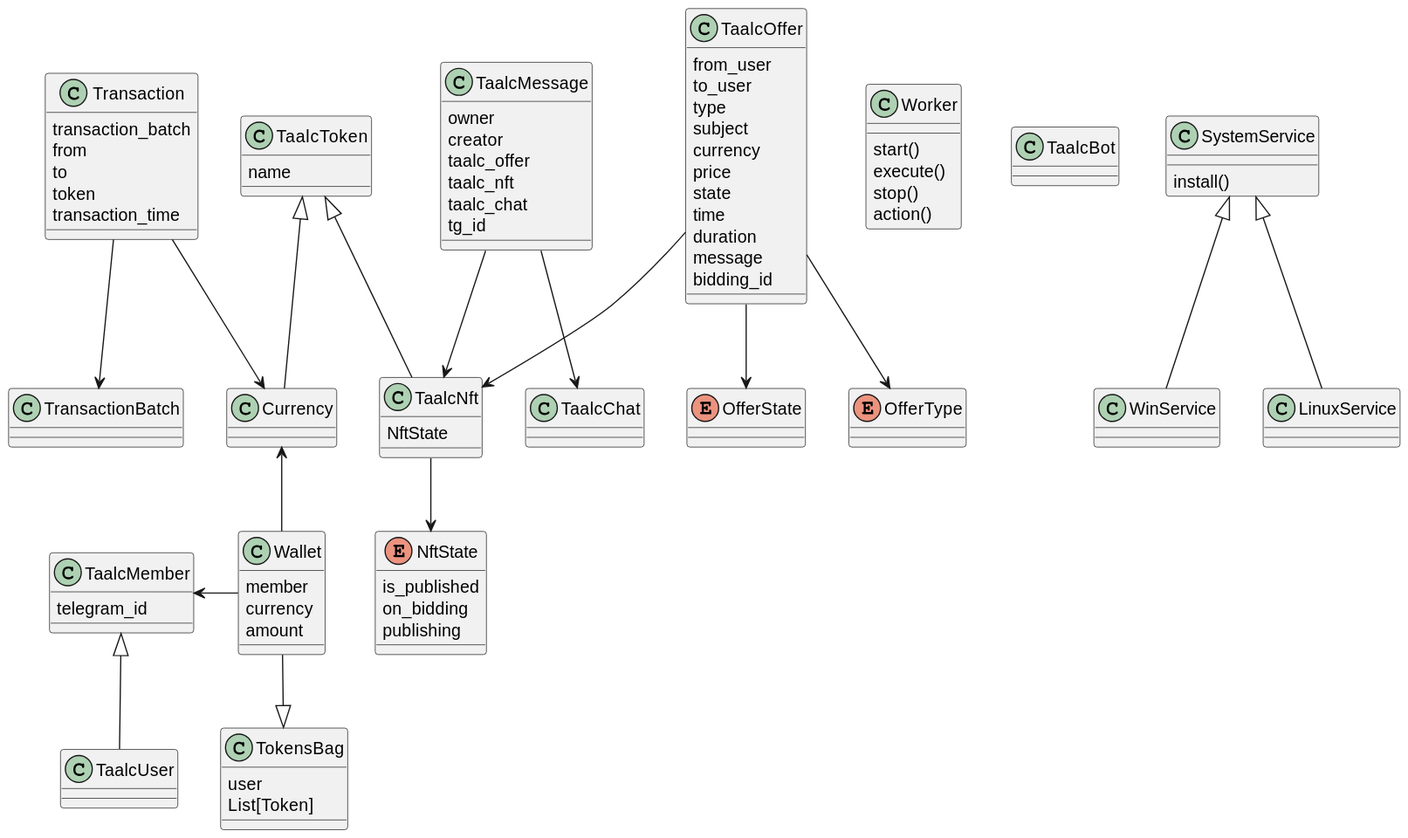
Earlier version of the PlantUML export out/uml/model/model.svg (nagvalhm/TAALC). Its diagram source:
```plantuml
@startuml
class Worker{
    start()
    execute()
    stop()
    action()
}


class TaalcBot{}

class Transaction{
    transaction_batch
    from
    to
    token
    transaction_time
}

class TransactionBatch{}

class TokensBag{
    user
    List[Token]
}

class TaalcUser{

}

class TaalcMember{
    telegram_id
}

class Wallet{
    member
    currency
    amount
}


class TaalcToken{
    name
}

class TaalcMessage{
    owner
    creator
    taalc_offer
    taalc_nft
    taalc_chat
    tg_id
}

enum NftState{
    is_published
    on_bidding
    publishing
}

class TaalcOffer{
    from_user
    to_user
    type
    subject
    currency
    price
    state
    time
    duration
    message
    bidding_id
}
enum OfferState{

}
enum OfferType{

}
class TaalcChat{}


class Currency{}
class TaalcNft{
    NftState
}

class SystemService{
    install()
}
class WinService{}
class LinuxService{}

SystemService <|-- WinService
SystemService <|-- LinuxService

TaalcMember <|-- TaalcUser
TaalcToken <|-- Currency
TaalcToken <|-- TaalcNft
TaalcMessage --> TaalcChat
TaalcMessage --> TaalcNft
TaalcNft --> NftState

Wallet -up-> Currency
Wallet -left-> TaalcMember
Transaction --> TransactionBatch
Transaction --> Currency

TaalcOffer --> OfferType
TaalcOffer --> OfferState
TaalcOffer --> TaalcNft

Wallet --|> TokensBag
@enduml
```
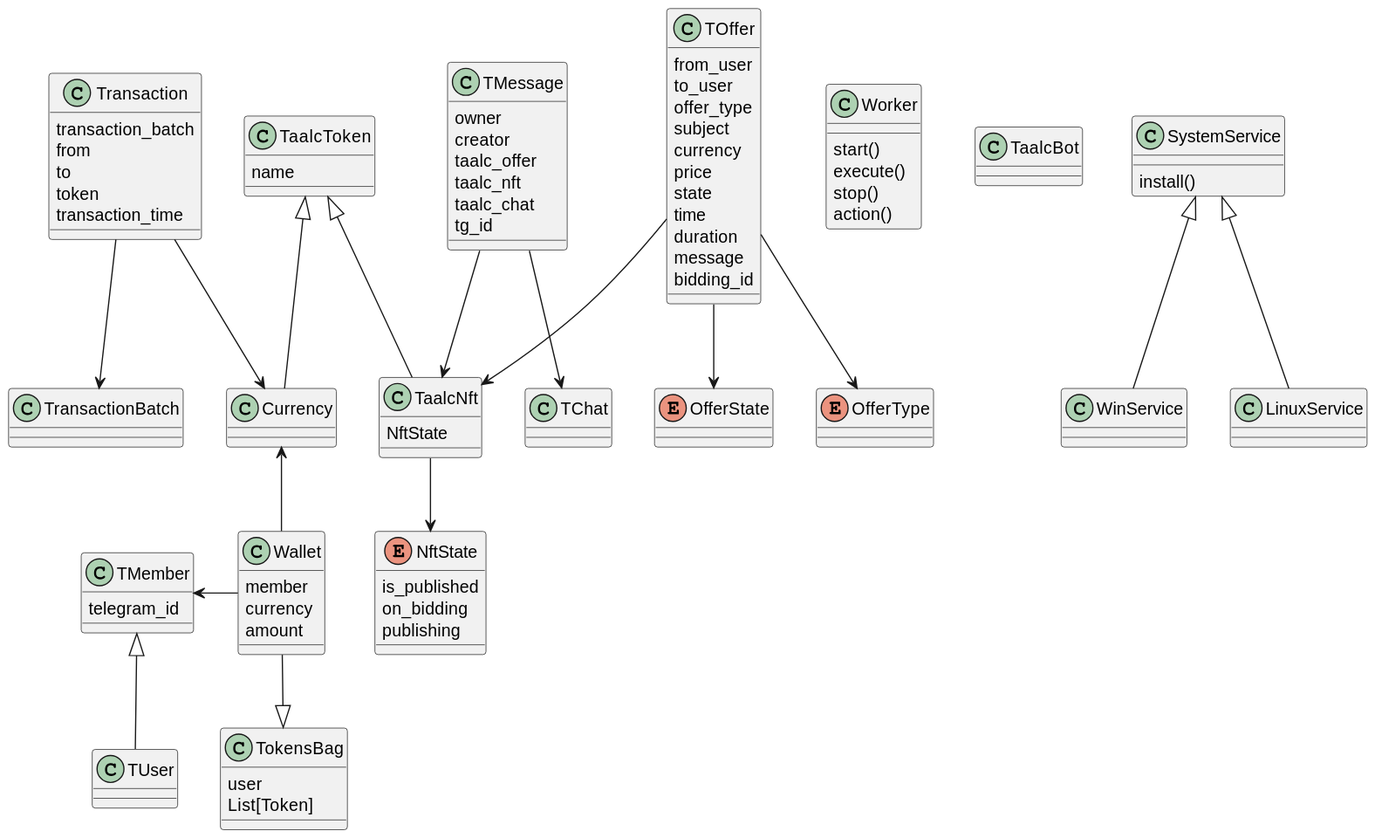
After the change.

The edit, as a diff of the source:
```diff
@@ -24,11 +24,11 @@
     List[Token]
 }
 
-class TaalcUser{
+class TUser{
 
 }
 
-class TaalcMember{
+class TMember{
     telegram_id
 }
 
@@ -43,7 +43,7 @@
     name
 }
 
-class TaalcMessage{
+class TMessage{
     owner
     creator
     taalc_offer
@@ -58,10 +58,10 @@
     publishing
 }
 
-class TaalcOffer{
+class TOffer{
     from_user
     to_user
-    type
+    offer_type
     subject
     currency
     price
@@ -77,7 +77,7 @@
 enum OfferType{
 
 }
-class TaalcChat{}
+class TChat{}
 
 
 class Currency{}
@@ -94,21 +94,21 @@
 SystemService <|-- WinService
 SystemService <|-- LinuxService
 
-TaalcMember <|-- TaalcUser
+TMember <|-- TUser
 TaalcToken <|-- Currency
 TaalcToken <|-- TaalcNft
-TaalcMessage --> TaalcChat
-TaalcMessage --> TaalcNft
+TMessage --> TChat
+TMessage --> TaalcNft
 TaalcNft --> NftState
 
 Wallet -up-> Currency
-Wallet -left-> TaalcMember
+Wallet -left-> TMember
 Transaction --> TransactionBatch
 Transaction --> Currency
 
-TaalcOffer --> OfferType
-TaalcOffer --> OfferState
-TaalcOffer --> TaalcNft
+TOffer --> OfferType
+TOffer --> OfferState
+TOffer --> TaalcNft
 
 Wallet --|> TokensBag
 @enduml
```
